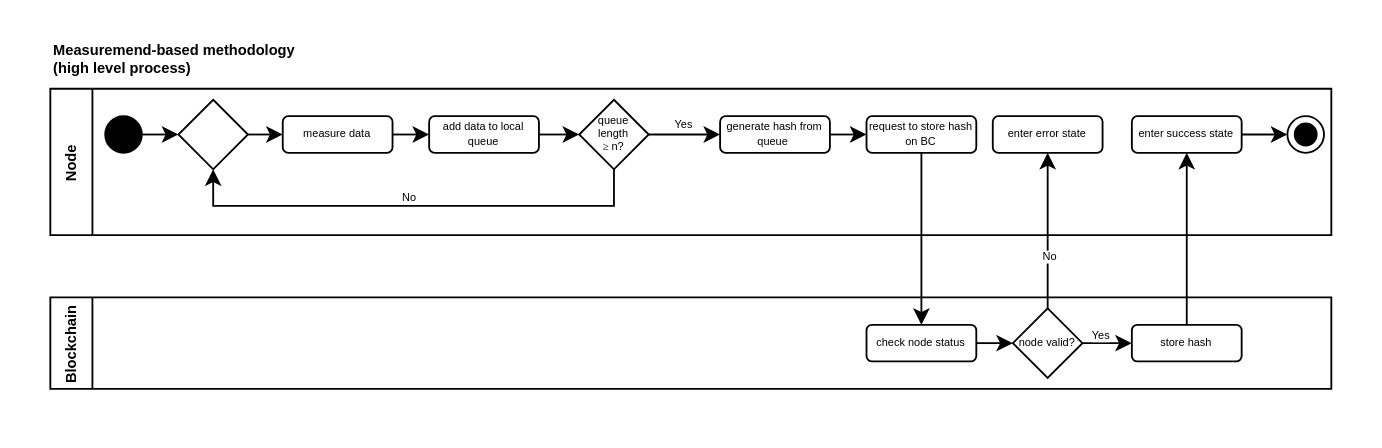
The draw.io diagram reporting/docs/installation-calibration-and-validation -of-ams.drawio in KSilkThread/carbonedge, before the edit. Source tidied: cells renumbered, new cells numbered last; positions are measured from the earlier drawing's top-left corner, leaving out a move shared by most shapes. Both pictures are drawn from the tidied source at 183%, with x=0, y=0 at pixel (49, 31).
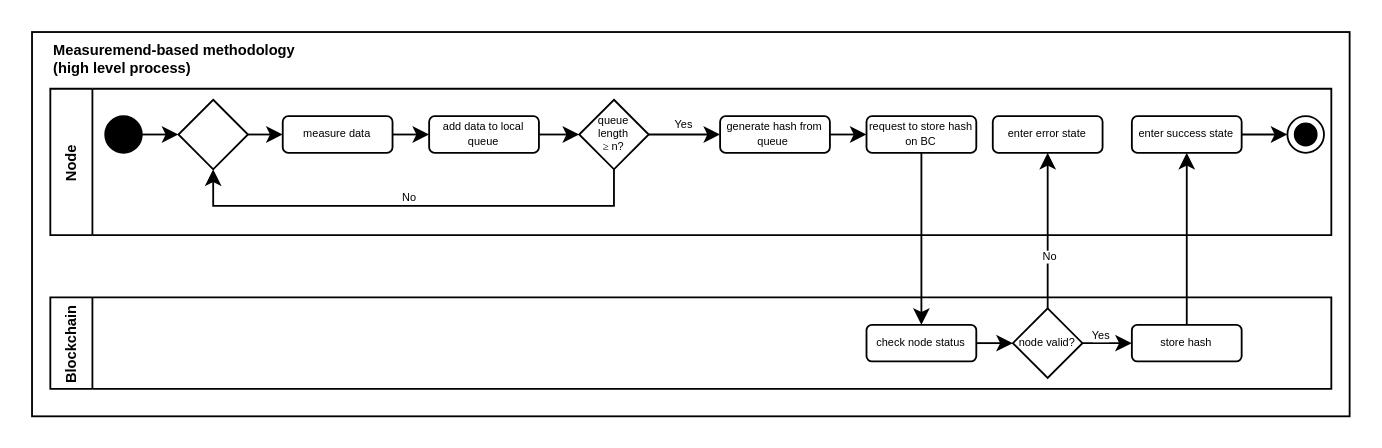
After the change.

Diff of the diagram source:
```diff
@@
+    <mxCell id="34" style="rounded=0;whiteSpace=wrap;html=1;" parent="1" vertex="1">
+      <mxGeometry x="-10" width="720" height="210" as="geometry" />
+    </mxCell>
```
